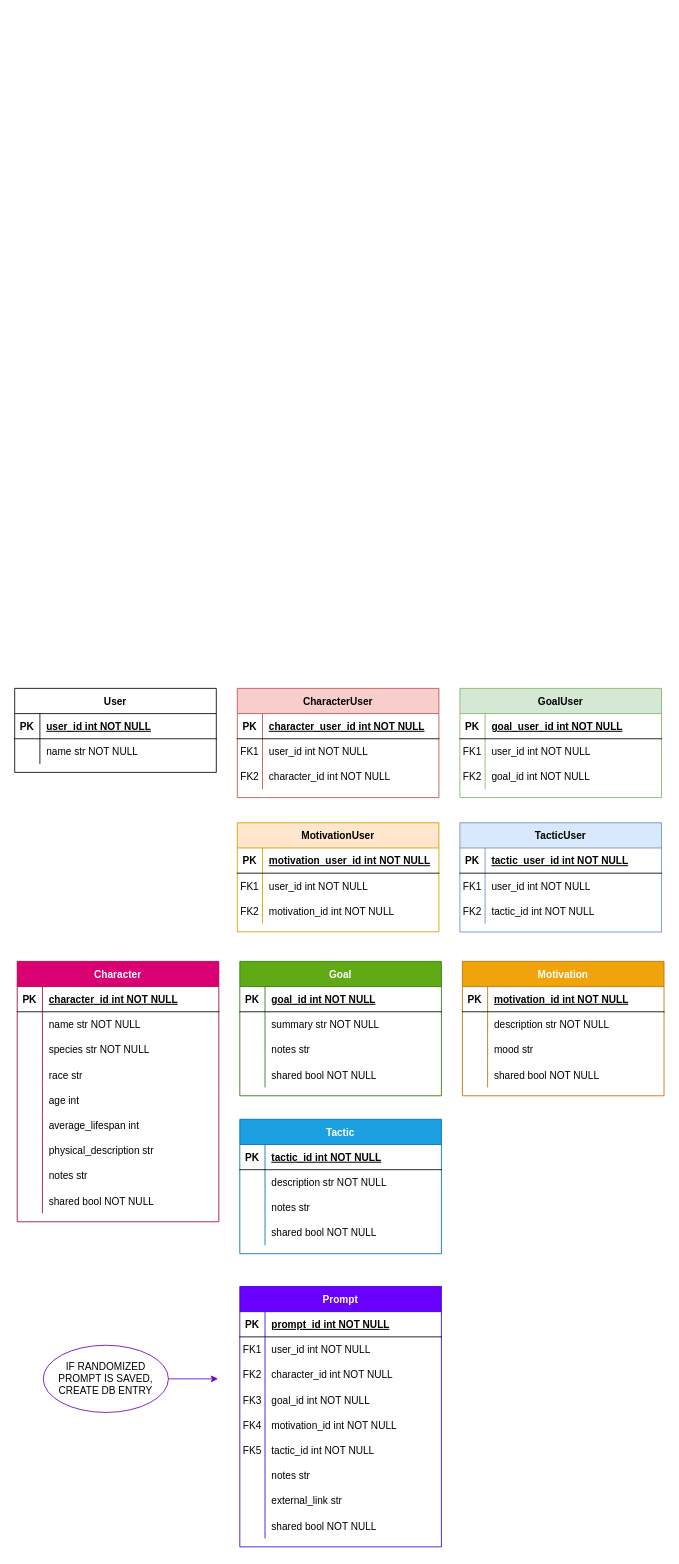
dexterfitch/pprompp keeps this draw.io diagram as database_schema.drawio. Above is the earlier version. Source tidied: cells renumbered, new cells numbered last; positions are measured from the earlier drawing's top-left corner, leaving out a move shared by most shapes. Both pictures are drawn from the tidied source at 84%, with x=0, y=0 at pixel (14, 688).
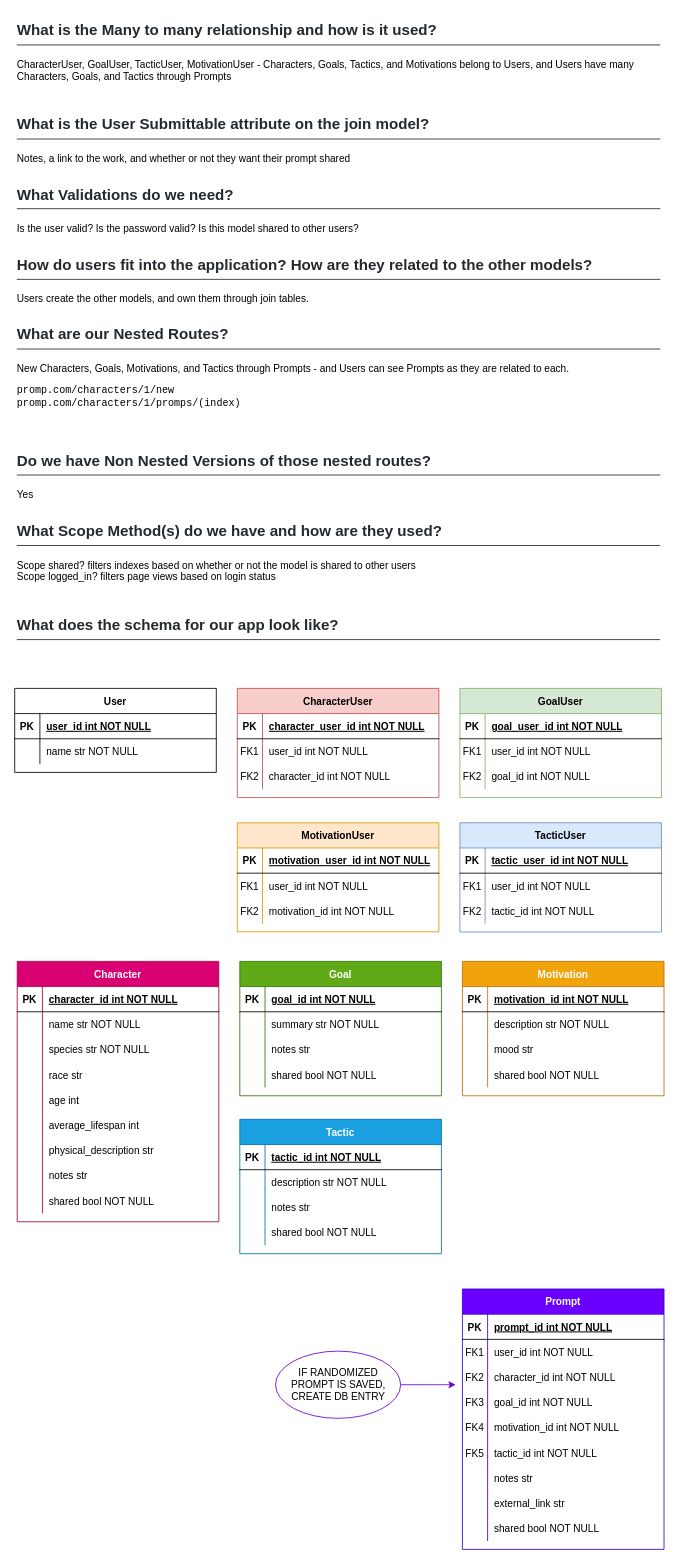
After the change.

The edit, as a diff of the source:
```diff
@@
     <mxCell id="116" style="edgeStyle=orthogonalEdgeStyle;jettySize=auto;html=1;rounded=0;strokeColor=#6600CC;" parent="1" edge="1" source="117">
       <mxGeometry relative="1" as="geometry">
-        <mxPoint x="242" y="822" as="targetPoint" />
+        <mxPoint x="525" y="829" as="targetPoint" />
       </mxGeometry>
     </mxCell>
     <mxCell id="117" value="IF RANDOMIZED PROMPT IS SAVED,&lt;br&gt;CREATE DB ENTRY" style="ellipse;whiteSpace=wrap;html=1;strokeColor=#6600CC;" parent="1" vertex="1">
-      <mxGeometry x="34" y="782" width="149" height="80" as="geometry" />
+      <mxGeometry x="310.5" y="789" width="149" height="80" as="geometry" />
     </mxCell>
     <mxCell id="118" value="Prompt" style="shape=table;startSize=30;childLayout=tableLayout;rowLines=0;fontStyle=1;align=center;swimlaneFillColor=none;fillColor=#6a00ff;strokeColor=#3700CC;fontColor=#ffffff;" parent="1" vertex="1">
-      <mxGeometry x="268" y="712" width="240" height="310" as="geometry" />
+      <mxGeometry x="533" y="715" width="240" height="310" as="geometry" />
     </mxCell>
@@
+    <mxCell id="146" value="&lt;h2 style=&quot;box-sizing: border-box ; margin-bottom: 16px ; line-height: 1.25 ; padding-bottom: 0.3em ; border-bottom: 1px solid ; color: rgb(36 , 41 , 46) ; font-family: , &amp;#34;blinkmacsystemfont&amp;#34; , &amp;#34;segoe ui&amp;#34; , &amp;#34;helvetica&amp;#34; , &amp;#34;arial&amp;#34; , sans-serif , &amp;#34;apple color emoji&amp;#34; , &amp;#34;segoe ui emoji&amp;#34; ; margin-top: 0px&quot;&gt;What is the Many to many relationship and how is it used?&lt;/h2&gt;&lt;div&gt;CharacterUser, GoalUser, TacticUser, MotivationUser - Characters, Goals, Tactics, and Motivations belong to Users, and Users have many Characters, Goals, and Tactics through Prompts&lt;/div&gt;&lt;div&gt;&lt;br&gt;&lt;/div&gt;&lt;h2 style=&quot;box-sizing: border-box ; margin-top: 24px ; margin-bottom: 16px ; line-height: 1.25 ; padding-bottom: 0.3em ; border-bottom: 1px solid ; color: rgb(36 , 41 , 46) ; font-family: , &amp;#34;blinkmacsystemfont&amp;#34; , &amp;#34;segoe ui&amp;#34; , &amp;#34;helvetica&amp;#34; , &amp;#34;arial&amp;#34; , sans-serif , &amp;#34;apple color emoji&amp;#34; , &amp;#34;segoe ui emoji&amp;#34;&quot;&gt;&lt;a id=&quot;user-content-what-is-the-user-submittable-attribute-on-the-join-model&quot; class=&quot;anchor&quot; href=&quot;https://gist.github.com/DakotaLMartinez/4ecb0693c56b5eed67ed76d04f63f1d5#what-is-the-user-submittable-attribute-on-the-join-model&quot; style=&quot;box-sizing: border-box ; float: left ; padding-right: 4px ; margin-left: -20px ; line-height: 1&quot;&gt;&lt;/a&gt;What is the User Submittable attribute on the join model?&lt;/h2&gt;&lt;div&gt;Notes, a link to the work, and whether or not they want their prompt shared&lt;/div&gt;&lt;h2 style=&quot;box-sizing: border-box ; margin-top: 24px ; margin-bottom: 16px ; line-height: 1.25 ; padding-bottom: 0.3em ; border-bottom: 1px solid ; color: rgb(36 , 41 , 46) ; font-family: , &amp;#34;blinkmacsystemfont&amp;#34; , &amp;#34;segoe ui&amp;#34; , &amp;#34;helvetica&amp;#34; , &amp;#34;arial&amp;#34; , sans-serif , &amp;#34;apple color emoji&amp;#34; , &amp;#34;segoe ui emoji&amp;#34;&quot;&gt;&lt;a id=&quot;user-content-what-validations-do-we-need&quot; class=&quot;anchor&quot; href=&quot;https://gist.github.com/DakotaLMartinez/4ecb0693c56b5eed67ed76d04f63f1d5#what-validations-do-we-need&quot; style=&quot;box-sizing: border-box ; float: left ; padding-right: 4px ; margin-left: -20px ; line-height: 1&quot;&gt;&lt;/a&gt;What Validations do we need?&lt;/h2&gt;&lt;div&gt;Is the user valid? Is the password valid? Is this model shared to other users?&lt;/div&gt;&lt;h2 style=&quot;box-sizing: border-box ; margin-top: 24px ; margin-bottom: 16px ; line-height: 1.25 ; padding-bottom: 0.3em ; border-bottom: 1px solid ; color: rgb(36 , 41 , 46) ; font-family: , &amp;#34;blinkmacsystemfont&amp;#34; , &amp;#34;segoe ui&amp;#34; , &amp;#34;helvetica&amp;#34; , &amp;#34;arial&amp;#34; , sans-serif , &amp;#34;apple color emoji&amp;#34; , &amp;#34;segoe ui emoji&amp;#34;&quot;&gt;&lt;a id=&quot;user-content-how-do-users-fit-into-the-application-how-are-they-related-to-the-other-models&quot; class=&quot;anchor&quot; href=&quot;https://gist.github.com/DakotaLMartinez/4ecb0693c56b5eed67ed76d04f63f1d5#how-do-users-fit-into-the-application-how-are-they-related-to-the-other-models&quot; style=&quot;box-sizing: border-box ; float: left ; padding-right: 4px ; margin-left: -20px ; line-height: 1&quot;&gt;&lt;/a&gt;How do users fit into the application? How are they related to the other models?&lt;/h2&gt;&lt;div&gt;Users create the other models, and own them through join tables.&lt;/div&gt;&lt;h2 style=&quot;box-sizing: border-box ; margin-top: 24px ; margin-bottom: 16px ; line-height: 1.25 ; padding-bottom: 0.3em ; border-bottom: 1px solid ; color: rgb(36 , 41 , 46) ; font-family: , &amp;#34;blinkmacsystemfont&amp;#34; , &amp;#34;segoe ui&amp;#34; , &amp;#34;helvetica&amp;#34; , &amp;#34;arial&amp;#34; , sans-serif , &amp;#34;apple color emoji&amp;#34; , &amp;#34;segoe ui emoji&amp;#34;&quot;&gt;&lt;a id=&quot;user-content-what-are-our-nested-routes-we-need-a-nested-new-route-and-either-a-nested-index-or-nested-show-route&quot; class=&quot;anchor&quot; href=&quot;https://gist.github.com/DakotaLMartinez/4ecb0693c56b5eed67ed76d04f63f1d5#what-are-our-nested-routes-we-need-a-nested-new-route-and-either-a-nested-index-or-nested-show-route&quot; style=&quot;box-sizing: border-box ; float: left ; padding-right: 4px ; margin-left: -20px ; line-height: 1&quot;&gt;&lt;/a&gt;What are our Nested Routes?&lt;/h2&gt;&lt;div&gt;New Characters, Goals, Motivations, and Tactics through Prompts - and Users can see Prompts as they are related to each.&lt;/div&gt;&lt;pre&gt;promp.com/characters/1/new&lt;br&gt;promp.com/characters/1/promps/(index)&lt;/pre&gt;&lt;div&gt;&amp;nbsp;&lt;/div&gt;&lt;h2 style=&quot;box-sizing: border-box ; margin-top: 24px ; margin-bottom: 16px ; line-height: 1.25 ; padding-bottom: 0.3em ; border-bottom: 1px solid ; color: rgb(36 , 41 , 46) ; font-family: , &amp;#34;blinkmacsystemfont&amp;#34; , &amp;#34;segoe ui&amp;#34; , &amp;#34;helvetica&amp;#34; , &amp;#34;arial&amp;#34; , sans-serif , &amp;#34;apple color emoji&amp;#34; , &amp;#34;segoe ui emoji&amp;#34;&quot;&gt;&lt;a id=&quot;user-content-do-we-have-non-nested-versions-of-those-nested-routes&quot; class=&quot;anchor&quot; href=&quot;https://gist.github.com/DakotaLMartinez/4ecb0693c56b5eed67ed76d04f63f1d5#do-we-have-non-nested-versions-of-those-nested-routes&quot; style=&quot;box-sizing: border-box ; float: left ; padding-right: 4px ; margin-left: -20px ; line-height: 1&quot;&gt;&lt;/a&gt;Do we have Non Nested Versions of those nested routes?&lt;/h2&gt;&lt;div&gt;Yes&lt;/div&gt;&lt;h2 style=&quot;box-sizing: border-box ; margin-top: 24px ; margin-bottom: 16px ; line-height: 1.25 ; padding-bottom: 0.3em ; border-bottom: 1px solid ; color: rgb(36 , 41 , 46) ; font-family: , &amp;#34;blinkmacsystemfont&amp;#34; , &amp;#34;segoe ui&amp;#34; , &amp;#34;helvetica&amp;#34; , &amp;#34;arial&amp;#34; , sans-serif , &amp;#34;apple color emoji&amp;#34; , &amp;#34;segoe ui emoji&amp;#34;&quot;&gt;&lt;a id=&quot;user-content-what-scope-methods-do-we-have-and-how-are-they-used&quot; class=&quot;anchor&quot; href=&quot;https://gist.github.com/DakotaLMartinez/4ecb0693c56b5eed67ed76d04f63f1d5#what-scope-methods-do-we-have-and-how-are-they-used&quot; style=&quot;box-sizing: border-box ; float: left ; padding-right: 4px ; margin-left: -20px ; line-height: 1&quot;&gt;&lt;/a&gt;What Scope Method(s) do we have and how are they used?&lt;/h2&gt;&lt;div&gt;Scope shared? filters indexes based on whether or not the model is shared to other users&lt;/div&gt;&lt;div&gt;Scope logged_in? filters page views based on login status&lt;/div&gt;&lt;div&gt;&lt;br&gt;&lt;/div&gt;&lt;h2 style=&quot;box-sizing: border-box ; margin-top: 24px ; margin-bottom: 16px ; line-height: 1.25 ; padding-bottom: 0.3em ; border-bottom: 1px solid ; color: rgb(36 , 41 , 46) ; font-family: , &amp;#34;blinkmacsystemfont&amp;#34; , &amp;#34;segoe ui&amp;#34; , &amp;#34;helvetica&amp;#34; , &amp;#34;arial&amp;#34; , sans-serif , &amp;#34;apple color emoji&amp;#34; , &amp;#34;segoe ui emoji&amp;#34;&quot;&gt;&lt;a id=&quot;user-content-what-does-the-schema-for-our-app-look-like&quot; class=&quot;anchor&quot; href=&quot;https://gist.github.com/DakotaLMartinez/4ecb0693c56b5eed67ed76d04f63f1d5#what-does-the-schema-for-our-app-look-like&quot; style=&quot;box-sizing: border-box ; float: left ; padding-right: 4px ; margin-left: -20px ; line-height: 1&quot;&gt;&lt;/a&gt;What does the schema for our app look like?&lt;/h2&gt;" style="rounded=0;whiteSpace=wrap;html=1;align=left;perimeterSpacing=0;strokeWidth=1;shadow=0;glass=0;sketch=0;strokeColor=none;" parent="1" vertex="1">
+      <mxGeometry x="1" y="-802" width="768" height="768" as="geometry" />
+    </mxCell>
```
